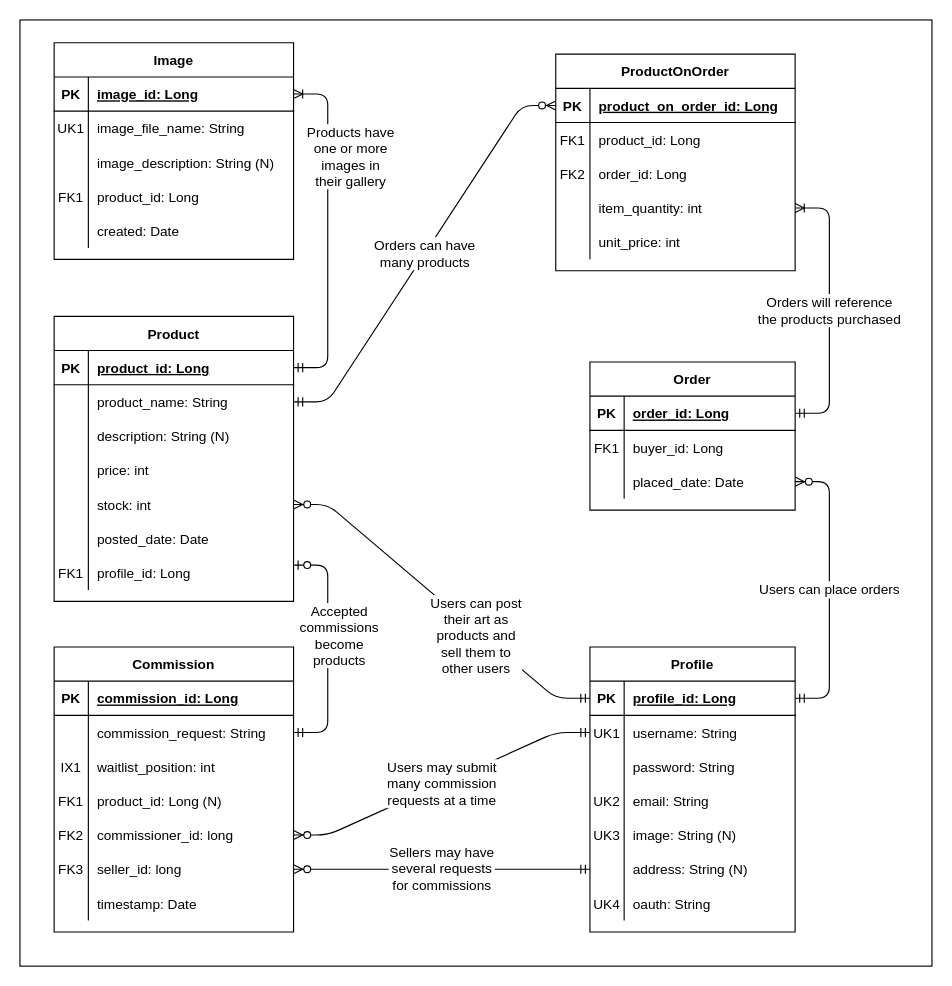
albuquirky/albuquirky.github.io keeps this draw.io diagram as docs/work/erd.drawio. Above is the earlier version. Source tidied: cells renumbered, new cells numbered last; positions are measured from the earlier drawing's top-left corner, leaving out a move shared by most shapes. Both pictures are drawn from the tidied source at 114%, with x=0, y=0 at pixel (19, 19).
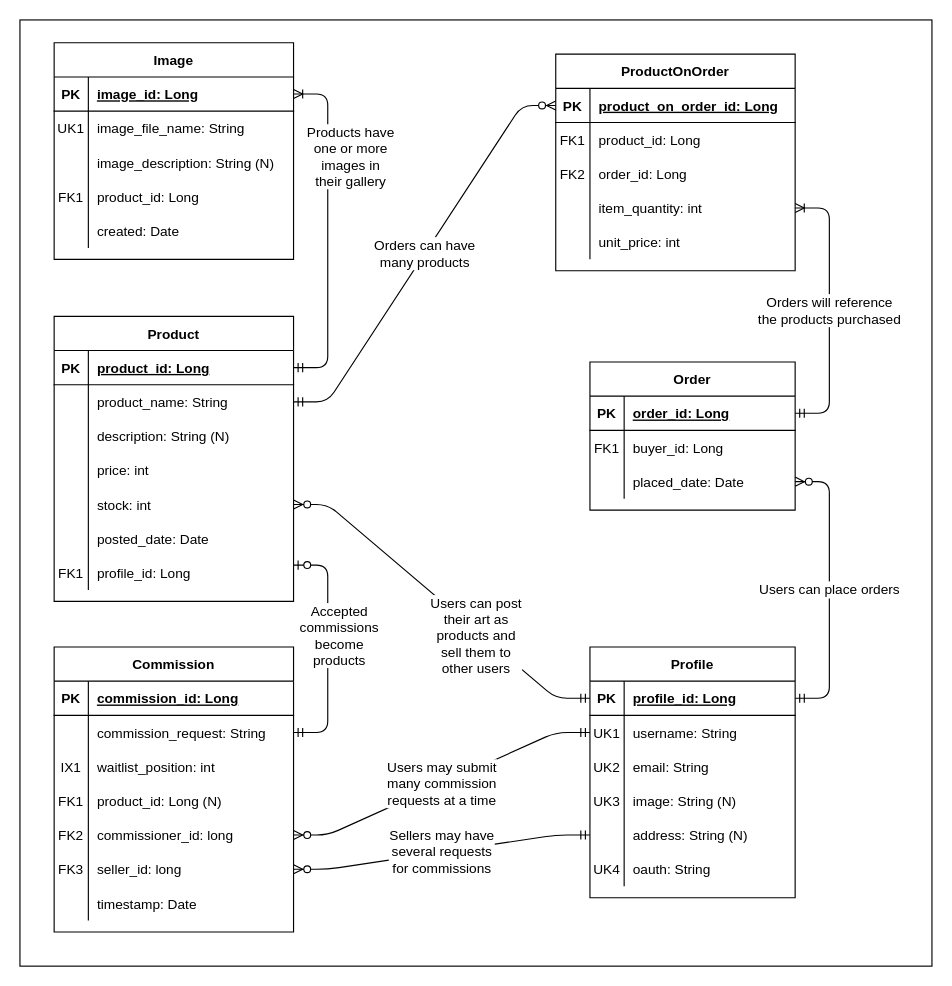
The same page after the edit.

The edit, as a diff of the source:
```diff
@@
     <mxCell id="33" value="Profile" style="shape=table;startSize=30;childLayout=tableLayout;rowLines=0;fontStyle=1;align=center;" parent="1" vertex="1">
-      <mxGeometry x="500" y="550" width="180" height="250" as="geometry" />
+      <mxGeometry x="500" y="550" width="180" height="220" as="geometry" />
     </mxCell>
@@
-    <mxCell id="40" style="shape=partialRectangle;fillColor=none;top=0;left=0;bottom=0;right=0;" parent="33" vertex="1">
-      <mxGeometry y="90" width="180" height="30" as="geometry" />
-    </mxCell>
-    <mxCell id="41" style="shape=partialRectangle;fillColor=none;top=0;left=0;bottom=0;right=0;overflow=hidden;" parent="40" vertex="1">
-      <mxGeometry width="30" height="30" as="geometry" />
-    </mxCell>
-    <mxCell id="42" value="password: String" style="shape=partialRectangle;fillColor=none;top=0;left=0;bottom=0;right=0;align=left;spacingLeft=6;overflow=hidden;" parent="40" vertex="1">
-      <mxGeometry x="30" width="150" height="30" as="geometry" />
-    </mxCell>
     <mxCell id="43" style="shape=partialRectangle;fillColor=none;top=0;left=0;bottom=0;right=0;" parent="33" vertex="1">
-      <mxGeometry y="120" width="180" height="30" as="geometry" />
+      <mxGeometry y="90" width="180" height="30" as="geometry" />
     </mxCell>
@@
     <mxCell id="46" style="shape=partialRectangle;fillColor=none;top=0;left=0;bottom=0;right=0;" parent="33" vertex="1">
-      <mxGeometry y="150" width="180" height="30" as="geometry" />
+      <mxGeometry y="120" width="180" height="30" as="geometry" />
     </mxCell>
@@
     <mxCell id="49" style="shape=partialRectangle;fillColor=none;top=0;left=0;bottom=0;right=0;points=[[0,0.5],[1,0.5]];portConstraint=eastwest;" parent="33" vertex="1">
-      <mxGeometry y="180" width="180" height="30" as="geometry" />
+      <mxGeometry y="150" width="180" height="30" as="geometry" />
     </mxCell>
@@
     <mxCell id="52" style="shape=partialRectangle;fillColor=none;top=0;left=0;bottom=0;right=0;" parent="33" vertex="1">
-      <mxGeometry y="210" width="180" height="30" as="geometry" />
+      <mxGeometry y="180" width="180" height="30" as="geometry" />
     </mxCell>
```
